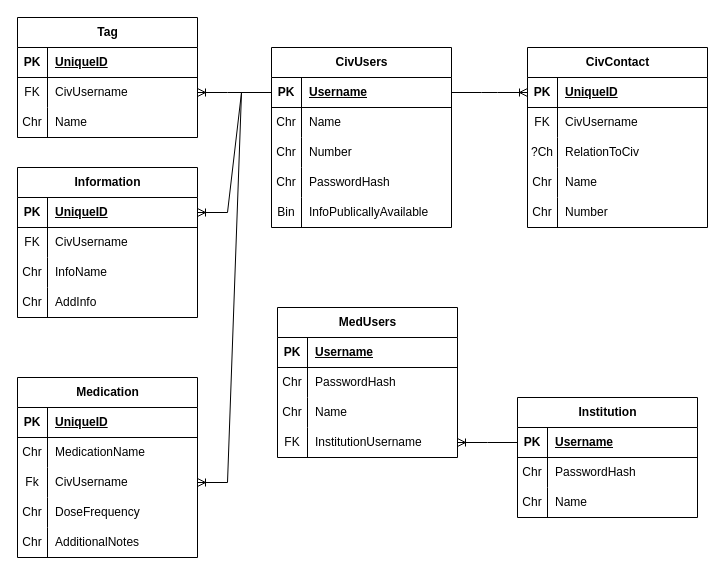
br-jack/brishack2024 keeps this draw.io diagram as supportDocs/EditableUML.drawio. Above is the earlier version. Source tidied: cells renumbered, new cells numbered last; positions are measured from the earlier drawing's top-left corner, leaving out a move shared by most shapes. Both pictures are drawn from the tidied source at 100%, with x=0, y=0 at pixel (17, 17).
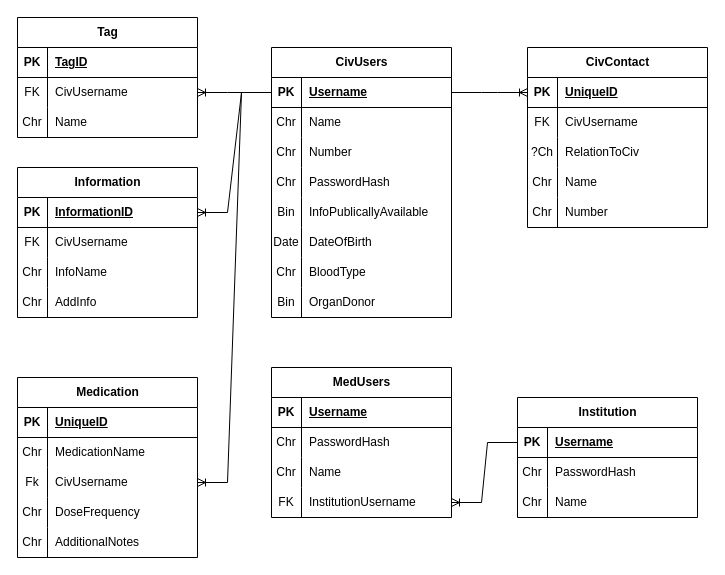
The same page after the edit.

Unchanged cells that the change refers to:
```xml
<mxCell id="19" style="shape=tableRow;horizontal=0;startSize=0;swimlaneHead=0;swimlaneBody=0;fillColor=none;top=0;left=0;right=0;bottom=1;" parent="18" vertex="1">
  <mxGeometry y="30" width="180" height="30" as="geometry" />
</mxCell>
<mxCell id="71" style="shape=tableRow;horizontal=0;startSize=0;swimlaneHead=0;swimlaneBody=0;fillColor=none;points=[[0,0.5],[1,0.5]];portConstraint=eastwest;top=0;left=0;right=0;bottom=1;" parent="70" vertex="1">
  <mxGeometry y="30" width="180" height="30" as="geometry" />
</mxCell>
```

What changed in the source:
```diff
@@
     <mxCell id="2" value="CivUsers" style="shape=table;startSize=30;childLayout=tableLayout;rowLines=0;fontStyle=1;align=center;html=1;" parent="1" vertex="1">
-      <mxGeometry x="254" y="30" width="180" height="180" as="geometry" />
+      <mxGeometry x="254" y="30" width="180" height="270" as="geometry" />
     </mxCell>
@@
+    <mxCell id="101" style="shape=tableRow;horizontal=0;startSize=0;swimlaneHead=0;swimlaneBody=0;fillColor=none;top=0;left=0;right=0;bottom=0;" parent="2" vertex="1">
+      <mxGeometry y="180" width="180" height="30" as="geometry" />
+    </mxCell>
+    <mxCell id="102" value="Date" style="shape=partialRectangle;fillColor=none;top=0;left=0;bottom=0;right=0;overflow=hidden;whiteSpace=wrap;html=1;" parent="101" vertex="1">
+      <mxGeometry width="30" height="30" as="geometry" />
+    </mxCell>
+    <mxCell id="103" value="DateOfBirth" style="shape=partialRectangle;fillColor=none;top=0;left=0;bottom=0;right=0;align=left;spacingLeft=6;overflow=hidden;whiteSpace=wrap;html=1;" parent="101" vertex="1">
+      <mxGeometry x="30" width="150" height="30" as="geometry" />
+    </mxCell>
+    <mxCell id="104" style="shape=tableRow;horizontal=0;startSize=0;swimlaneHead=0;swimlaneBody=0;fillColor=none;top=0;left=0;right=0;bottom=0;" parent="2" vertex="1">
+      <mxGeometry y="210" width="180" height="30" as="geometry" />
+    </mxCell>
+    <mxCell id="105" value="Chr" style="shape=partialRectangle;fillColor=none;top=0;left=0;bottom=0;right=0;overflow=hidden;whiteSpace=wrap;html=1;" parent="104" vertex="1">
+      <mxGeometry width="30" height="30" as="geometry" />
+    </mxCell>
+    <mxCell id="106" value="BloodType" style="shape=partialRectangle;fillColor=none;top=0;left=0;bottom=0;right=0;align=left;spacingLeft=6;overflow=hidden;whiteSpace=wrap;html=1;" parent="104" vertex="1">
+      <mxGeometry x="30" width="150" height="30" as="geometry" />
+    </mxCell>
+    <mxCell id="107" style="shape=tableRow;horizontal=0;startSize=0;swimlaneHead=0;swimlaneBody=0;fillColor=none;top=0;left=0;right=0;bottom=0;" parent="2" vertex="1">
+      <mxGeometry y="240" width="180" height="30" as="geometry" />
+    </mxCell>
+    <mxCell id="108" value="Bin" style="shape=partialRectangle;fillColor=none;top=0;left=0;bottom=0;right=0;overflow=hidden;whiteSpace=wrap;html=1;" parent="107" vertex="1">
+      <mxGeometry width="30" height="30" as="geometry" />
+    </mxCell>
+    <mxCell id="109" value="OrganDonor" style="shape=partialRectangle;fillColor=none;top=0;left=0;bottom=0;right=0;align=left;spacingLeft=6;overflow=hidden;whiteSpace=wrap;html=1;" parent="107" vertex="1">
+      <mxGeometry x="30" width="150" height="30" as="geometry" />
+    </mxCell>
@@
-    <mxCell id="21" value="UniqueID" style="shape=partialRectangle;fillColor=none;top=0;left=0;bottom=0;right=0;align=left;spacingLeft=6;fontStyle=5;overflow=hidden;whiteSpace=wrap;html=1;" parent="19" vertex="1">
+    <mxCell id="21" value="TagID" style="shape=partialRectangle;fillColor=none;top=0;left=0;bottom=0;right=0;align=left;spacingLeft=6;fontStyle=5;overflow=hidden;whiteSpace=wrap;html=1;" parent="19" vertex="1">
       <mxGeometry x="30" width="150" height="30" as="geometry" />
     </mxCell>
@@
     <mxCell id="28" value="MedUsers" style="shape=table;startSize=30;childLayout=tableLayout;rowLines=0;fontStyle=1;align=center;html=1;" parent="1" vertex="1">
-      <mxGeometry x="260" y="290" width="180" height="150" as="geometry" />
+      <mxGeometry x="254" y="350" width="180" height="150" as="geometry" />
     </mxCell>
@@
-    <mxCell id="73" value="UniqueID" style="shape=partialRectangle;fillColor=none;top=0;left=0;bottom=0;right=0;align=left;spacingLeft=6;fontStyle=5;overflow=hidden;whiteSpace=wrap;html=1;" parent="71" vertex="1">
+    <mxCell id="73" value="InformationID" style="shape=partialRectangle;fillColor=none;top=0;left=0;bottom=0;right=0;align=left;spacingLeft=6;fontStyle=5;overflow=hidden;whiteSpace=wrap;html=1;" parent="71" vertex="1">
       <mxGeometry x="30" width="150" height="30" as="geometry" />
     </mxCell>
```
